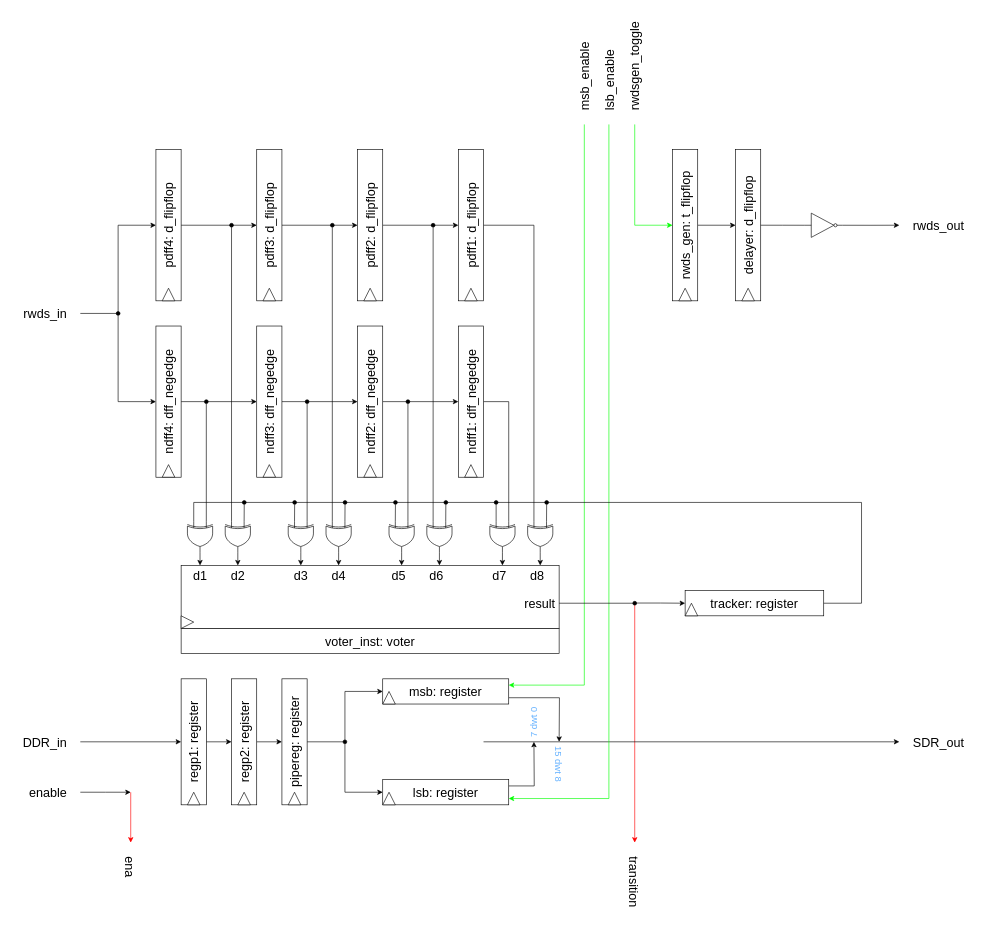
Earlier version of the draw.io diagram page "DDR_to_SDR_converter_EU" (7 of 14) of hyperram_system/ip/avs_hram_converter/schematics/avs_hram_converter.drawio (AndreaBononi/Intel_Cyclone10LP_systems). Source tidied: cells renumbered, new cells numbered last; positions are measured from the earlier drawing's top-left corner, leaving out a move shared by most shapes. Both pictures are drawn from the tidied source at 63%, with x=0, y=0 at pixel (11, 49).
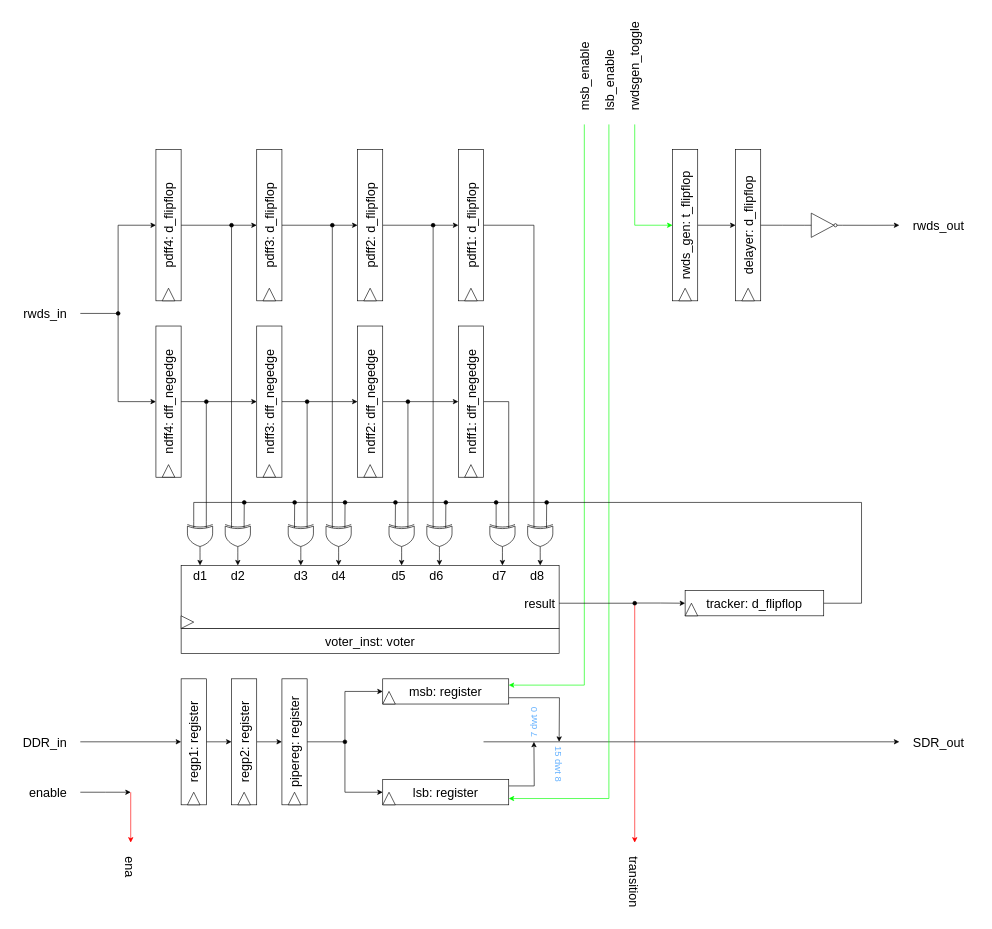
After the change.

The edit, as a diff of the source:
```diff
@@
-    <mxCell id="38" value="&lt;font style=&quot;font-size: 20px;&quot;&gt;tracker: register&lt;br&gt;&lt;/font&gt;" style="rounded=0;whiteSpace=wrap;html=1;horizontal=0;rotation=90;" parent="1" vertex="1">
+    <mxCell id="38" value="&lt;font style=&quot;font-size: 20px;&quot;&gt;tracker: d_flipflop&lt;br&gt;&lt;/font&gt;" style="rounded=0;whiteSpace=wrap;html=1;horizontal=0;rotation=90;" parent="1" vertex="1">
       <mxGeometry x="1160" y="770" width="40" height="220" as="geometry" />
     </mxCell>
```
